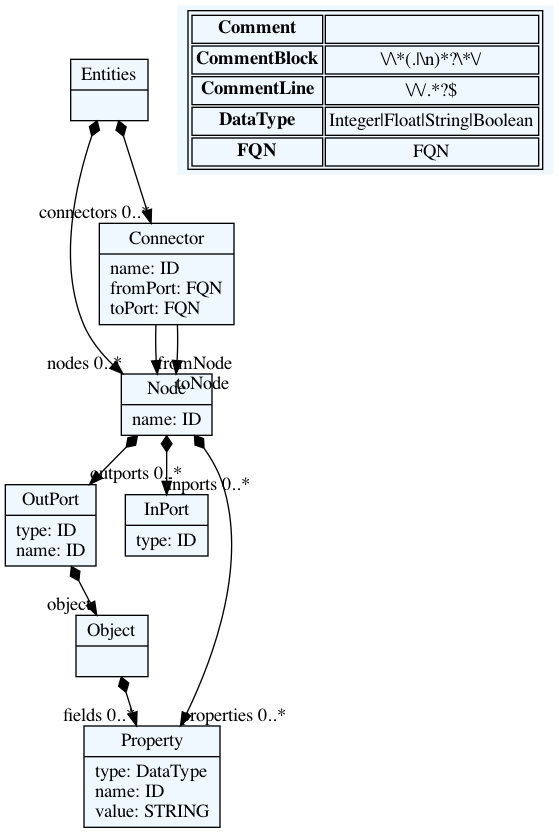
This is nodem/models/grammar.dot.png from xanthoko/meco, a Graphviz export, as it was before one commit. Its source is kept beside it as nodem/models/grammar.dot.
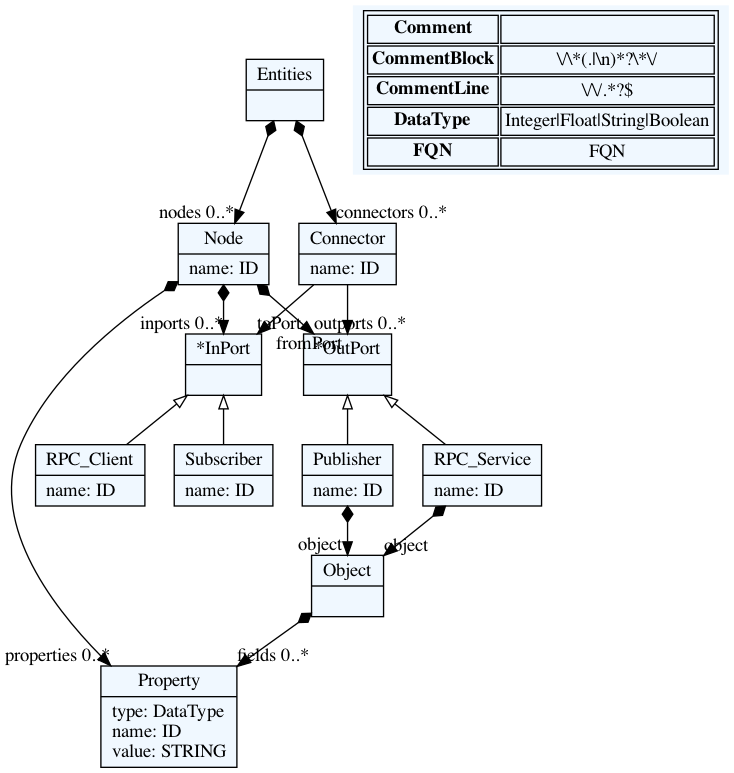
Above is the later version.

What changed in the source:
```diff
@@ -10,31 +10,44 @@
     edge[dir=black,arrowtail=empty]
 
 
-140407300304512[ label="{Entities|}"]
+140730886563024[ label="{Entities|}"]
 
-140407300308528[ label="{Node|name: ID\l}"]
+140730886567040[ label="{Node|name: ID\l}"]
 
-140407300311936[ label="{OutPort|type: ID\lname: ID\l}"]
+140730886571024[ label="{*OutPort|}"]
 
-140407300315344[ label="{InPort|type: ID\l}"]
+140730886574432[ label="{Publisher|name: ID\l}"]
 
-140407300318752[ label="{Object|}"]
+140730886573488[ label="{RPC_Service|name: ID\l}"]
 
-140407300317808[ label="{Property|type: DataType\lname: ID\lvalue: STRING\l}"]
+140730886577840[ label="{*InPort|}"]
 
-140407300324624[ label="{Connector|name: ID\lfromPort: FQN\ltoPort: FQN\l}"]
+140730886581248[ label="{Subscriber|name: ID\l}"]
+
+140730886584656[ label="{RPC_Client|name: ID\l}"]
+
+140730886588064[ label="{Object|}"]
+
+140730886591472[ label="{Property|type: DataType\lname: ID\lvalue: STRING\l}"]
+
+140730886598864[ label="{Connector|name: ID\l}"]
 
 
 
-140407300304512 -> 140407300308528[arrowtail=diamond, dir=both, headlabel="nodes 0..*"]
-140407300304512 -> 140407300324624[arrowtail=diamond, dir=both, headlabel="connectors 0..*"]
-140407300308528 -> 140407300317808[arrowtail=diamond, dir=both, headlabel="properties 0..*"]
-140407300308528 -> 140407300311936[arrowtail=diamond, dir=both, headlabel="outports 0..*"]
-140407300308528 -> 140407300315344[arrowtail=diamond, dir=both, headlabel="inports 0..*"]
-140407300311936 -> 140407300318752[arrowtail=diamond, dir=both, headlabel="object "]
-140407300318752 -> 140407300317808[arrowtail=diamond, dir=both, headlabel="fields 0..*"]
-140407300324624 -> 140407300308528[headlabel="fromNode "]
-140407300324624 -> 140407300308528[headlabel="toNode "]
+140730886563024 -> 140730886567040[arrowtail=diamond, dir=both, headlabel="nodes 0..*"]
+140730886563024 -> 140730886598864[arrowtail=diamond, dir=both, headlabel="connectors 0..*"]
+140730886567040 -> 140730886591472[arrowtail=diamond, dir=both, headlabel="properties 0..*"]
+140730886567040 -> 140730886571024[arrowtail=diamond, dir=both, headlabel="outports 0..*"]
+140730886567040 -> 140730886577840[arrowtail=diamond, dir=both, headlabel="inports 0..*"]
+140730886571024 -> 140730886574432 [dir=back]
+140730886571024 -> 140730886573488 [dir=back]
+140730886574432 -> 140730886588064[arrowtail=diamond, dir=both, headlabel="object "]
+140730886573488 -> 140730886588064[arrowtail=diamond, dir=both, headlabel="object "]
+140730886577840 -> 140730886581248 [dir=back]
+140730886577840 -> 140730886584656 [dir=back]
+140730886588064 -> 140730886591472[arrowtail=diamond, dir=both, headlabel="fields 0..*"]
+140730886598864 -> 140730886571024[headlabel="fromPort "]
+140730886598864 -> 140730886577840[headlabel="toPort "]
 match_rules [ shape=plaintext, label=< <table>
 	<tr>
 		<td><b>Comment</b></td><td></td>
```
